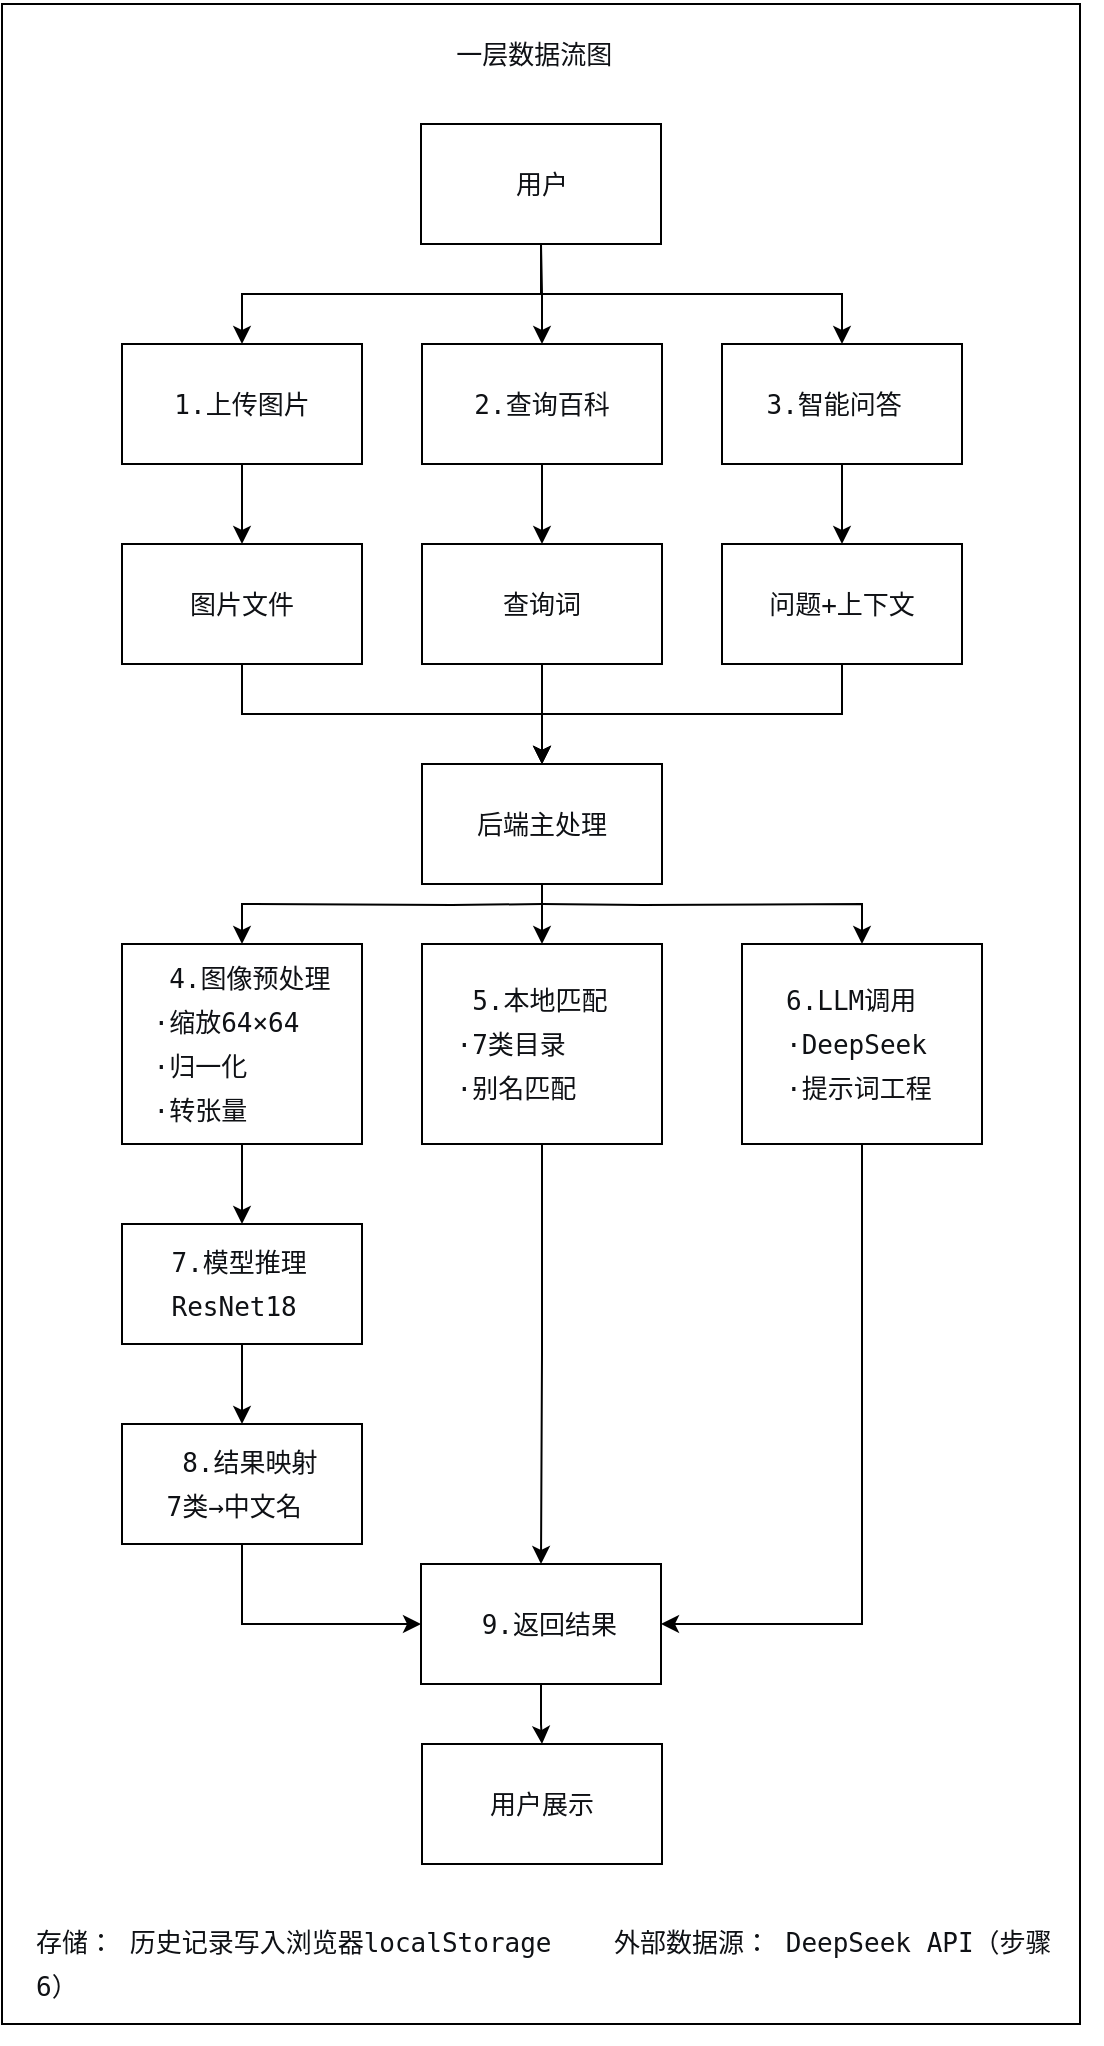
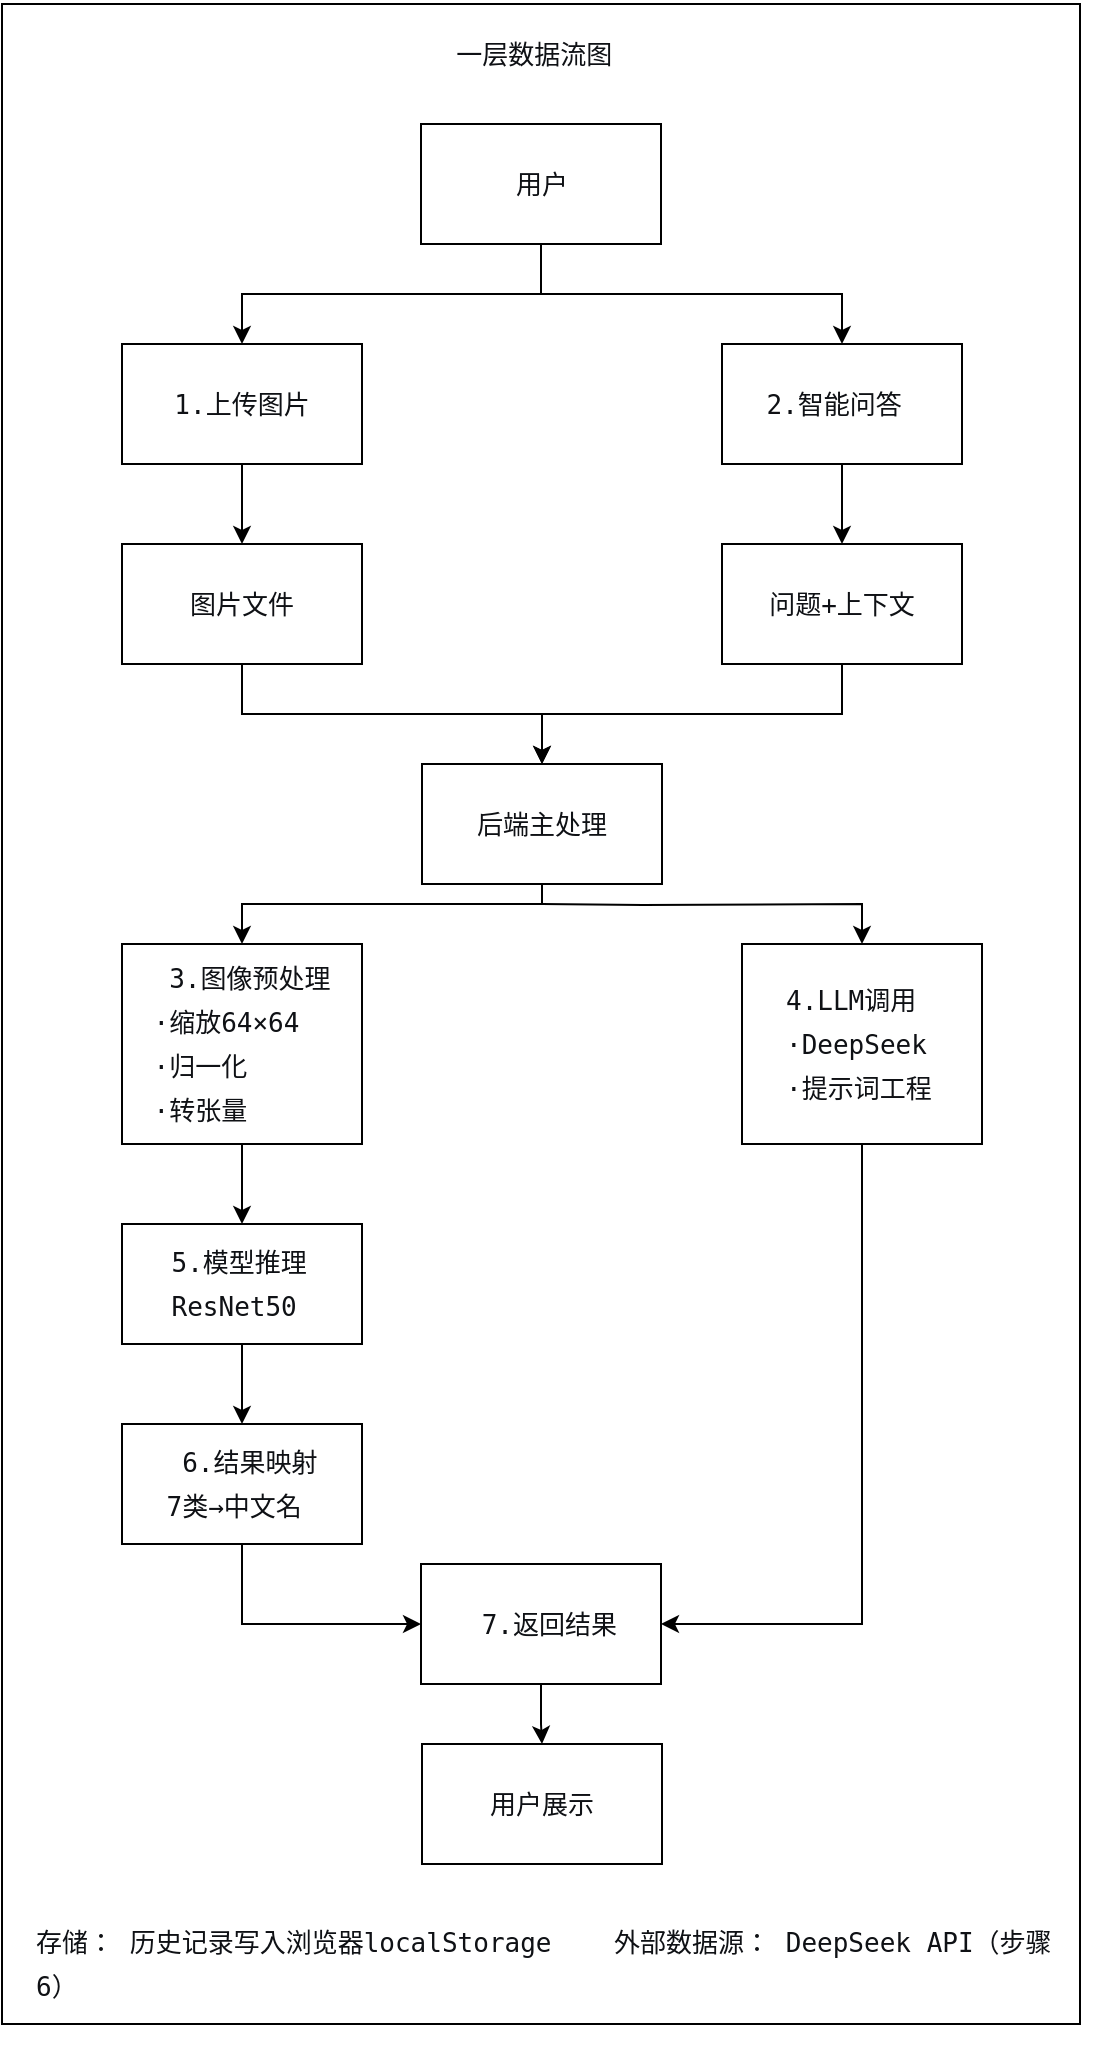
<mxfile host="app.diagrams.net">
  <diagram name="第 1 页" id="74Viiqgzim1HSxuO0kDr">
    <mxGraphModel dx="986" dy="700" grid="1" gridSize="10" guides="1" tooltips="1" connect="1" arrows="1" fold="1" page="1" pageScale="1" pageWidth="827" pageHeight="1169" math="0" shadow="0">
      <root>
        <mxCell id="0" />
        <mxCell id="1" parent="0" />
        <mxCell id="ZZ4Swrysp92GZM4aT2uV-1" parent="1" style="rounded=0;whiteSpace=wrap;html=1;" value="" vertex="1">
          <mxGeometry height="1010" width="539" x="150" y="40" as="geometry" />
        </mxCell>
        <mxCell id="ZZ4Swrysp92GZM4aT2uV-2" parent="1" style="text;html=1;whiteSpace=wrap;strokeColor=none;fillColor=none;align=center;verticalAlign=middle;rounded=0;" value="&lt;pre style=&quot;font-style: normal; font-variant: normal; font-size-adjust: none; font-language-override: normal; font-kerning: auto; font-optical-sizing: auto; font-feature-settings: normal; font-variation-settings: normal; font-stretch: normal; font-size: 13px; line-height: 22px; font-family: Menlo, Monaco, Consolas, &amp;quot;Cascadia Mono&amp;quot;, &amp;quot;Ubuntu Mono&amp;quot;, &amp;quot;DejaVu Sans Mono&amp;quot;, &amp;quot;Liberation Mono&amp;quot;, &amp;quot;JetBrains Mono&amp;quot;, &amp;quot;Fira Code&amp;quot;, Cousine, &amp;quot;Roboto Mono&amp;quot;, &amp;quot;Courier New&amp;quot;, Courier, sans-serif, system-ui; overflow: auto; white-space: pre-wrap; word-break: break-all; padding: 16px; color: rgb(15, 17, 21); text-align: start; margin: 0px !important;&quot;&gt;一层数据流图 &lt;/pre&gt;" vertex="1">
          <mxGeometry height="30" width="120" x="359.5" y="50" as="geometry" />
        </mxCell>
        <mxCell id="ZZ4Swrysp92GZM4aT2uV-3" parent="1" style="rounded=0;whiteSpace=wrap;html=1;" value="" vertex="1">
          <mxGeometry height="60" width="120" x="359.5" y="100" as="geometry" />
        </mxCell>
        <mxCell id="ZZ4Swrysp92GZM4aT2uV-4" parent="1" style="text;html=1;whiteSpace=wrap;strokeColor=none;fillColor=none;align=center;verticalAlign=middle;rounded=0;" value="&lt;pre style=&quot;font-style: normal; font-variant: normal; font-size-adjust: none; font-language-override: normal; font-kerning: auto; font-optical-sizing: auto; font-feature-settings: normal; font-variation-settings: normal; font-stretch: normal; font-size: 13px; line-height: 22px; font-family: Menlo, Monaco, Consolas, &amp;quot;Cascadia Mono&amp;quot;, &amp;quot;Ubuntu Mono&amp;quot;, &amp;quot;DejaVu Sans Mono&amp;quot;, &amp;quot;Liberation Mono&amp;quot;, &amp;quot;JetBrains Mono&amp;quot;, &amp;quot;Fira Code&amp;quot;, Cousine, &amp;quot;Roboto Mono&amp;quot;, &amp;quot;Courier New&amp;quot;, Courier, sans-serif, system-ui; overflow: auto; white-space: pre-wrap; word-break: break-all; padding: 16px; color: rgb(15, 17, 21); text-align: start; margin: 0px !important;&quot;&gt;用户&lt;/pre&gt;" vertex="1">
          <mxGeometry height="30" width="60" x="390" y="115" as="geometry" />
        </mxCell>
        <mxCell id="ZZ4Swrysp92GZM4aT2uV-14" edge="1" parent="1" source="ZZ4Swrysp92GZM4aT2uV-5" style="edgeStyle=orthogonalEdgeStyle;rounded=0;orthogonalLoop=1;jettySize=auto;html=1;exitX=0.5;exitY=0;exitDx=0;exitDy=0;startArrow=classic;startFill=1;endArrow=none;endFill=0;" target="ZZ4Swrysp92GZM4aT2uV-3" value="">
          <mxGeometry relative="1" as="geometry" />
        </mxCell>
        <mxCell id="ZZ4Swrysp92GZM4aT2uV-21" edge="1" parent="1" source="ZZ4Swrysp92GZM4aT2uV-5" style="edgeStyle=orthogonalEdgeStyle;rounded=0;orthogonalLoop=1;jettySize=auto;html=1;" target="ZZ4Swrysp92GZM4aT2uV-17" value="">
          <mxGeometry relative="1" as="geometry" />
        </mxCell>
        <mxCell id="ZZ4Swrysp92GZM4aT2uV-5" parent="1" style="rounded=0;whiteSpace=wrap;html=1;" value="" vertex="1">
          <mxGeometry height="60" width="120" x="210" y="210" as="geometry" />
        </mxCell>
        <mxCell id="ZZ4Swrysp92GZM4aT2uV-6" parent="1" style="text;html=1;whiteSpace=wrap;strokeColor=none;fillColor=none;align=center;verticalAlign=middle;rounded=0;" value="&lt;pre style=&quot;font-style: normal; font-variant: normal; font-size-adjust: none; font-language-override: normal; font-kerning: auto; font-optical-sizing: auto; font-feature-settings: normal; font-variation-settings: normal; font-stretch: normal; font-size: 13px; line-height: 22px; font-family: Menlo, Monaco, Consolas, &amp;quot;Cascadia Mono&amp;quot;, &amp;quot;Ubuntu Mono&amp;quot;, &amp;quot;DejaVu Sans Mono&amp;quot;, &amp;quot;Liberation Mono&amp;quot;, &amp;quot;JetBrains Mono&amp;quot;, &amp;quot;Fira Code&amp;quot;, Cousine, &amp;quot;Roboto Mono&amp;quot;, &amp;quot;Courier New&amp;quot;, Courier, sans-serif, system-ui; overflow: auto; white-space: pre-wrap; word-break: break-all; padding: 16px; color: rgb(15, 17, 21); text-align: start; margin: 0px !important;&quot;&gt;1.上传图片&lt;/pre&gt;" vertex="1">
          <mxGeometry height="30" width="110" x="215" y="225" as="geometry" />
        </mxCell>
-         <mxCell id="ZZ4Swrysp92GZM4aT2uV-13" edge="1" parent="1" source="ZZ4Swrysp92GZM4aT2uV-7" style="edgeStyle=orthogonalEdgeStyle;rounded=0;orthogonalLoop=1;jettySize=auto;html=1;endArrow=none;endFill=0;startArrow=classic;startFill=1;" target="ZZ4Swrysp92GZM4aT2uV-3" value="">
-           <mxGeometry relative="1" as="geometry" />
-         </mxCell>
-         <mxCell id="ZZ4Swrysp92GZM4aT2uV-22" edge="1" parent="1" source="ZZ4Swrysp92GZM4aT2uV-7" style="edgeStyle=orthogonalEdgeStyle;rounded=0;orthogonalLoop=1;jettySize=auto;html=1;" target="ZZ4Swrysp92GZM4aT2uV-18" value="">
-           <mxGeometry relative="1" as="geometry" />
-         </mxCell>
-         <mxCell id="ZZ4Swrysp92GZM4aT2uV-7" parent="1" style="rounded=0;whiteSpace=wrap;html=1;" value="" vertex="1">
-           <mxGeometry height="60" width="120" x="360" y="210" as="geometry" />
-         </mxCell>
        <mxCell id="ZZ4Swrysp92GZM4aT2uV-23" edge="1" parent="1" source="ZZ4Swrysp92GZM4aT2uV-8" style="edgeStyle=orthogonalEdgeStyle;rounded=0;orthogonalLoop=1;jettySize=auto;html=1;" target="ZZ4Swrysp92GZM4aT2uV-19" value="">
          <mxGeometry relative="1" as="geometry" />
        </mxCell>
        <mxCell id="ZZ4Swrysp92GZM4aT2uV-8" parent="1" style="rounded=0;whiteSpace=wrap;html=1;" value="" vertex="1">
          <mxGeometry height="60" width="120" x="510" y="210" as="geometry" />
        </mxCell>
-         <mxCell id="ZZ4Swrysp92GZM4aT2uV-9" parent="1" style="text;html=1;whiteSpace=wrap;strokeColor=none;fillColor=none;align=center;verticalAlign=middle;rounded=0;" value="&lt;pre style=&quot;font-style: normal; font-variant: normal; font-size-adjust: none; font-language-override: normal; font-kerning: auto; font-optical-sizing: auto; font-feature-settings: normal; font-variation-settings: normal; font-stretch: normal; font-size: 13px; line-height: 22px; font-family: Menlo, Monaco, Consolas, &amp;quot;Cascadia Mono&amp;quot;, &amp;quot;Ubuntu Mono&amp;quot;, &amp;quot;DejaVu Sans Mono&amp;quot;, &amp;quot;Liberation Mono&amp;quot;, &amp;quot;JetBrains Mono&amp;quot;, &amp;quot;Fira Code&amp;quot;, Cousine, &amp;quot;Roboto Mono&amp;quot;, &amp;quot;Courier New&amp;quot;, Courier, sans-serif, system-ui; overflow: auto; white-space: pre-wrap; word-break: break-all; padding: 16px; color: rgb(15, 17, 21); text-align: start; margin: 0px !important;&quot;&gt;2.查询百科&lt;/pre&gt;" vertex="1">
-           <mxGeometry height="30" width="110" x="365" y="225" as="geometry" />
-         </mxCell>
        <mxCell id="ZZ4Swrysp92GZM4aT2uV-15" edge="1" parent="1" source="ZZ4Swrysp92GZM4aT2uV-8" style="edgeStyle=orthogonalEdgeStyle;rounded=0;orthogonalLoop=1;jettySize=auto;html=1;exitX=0.5;exitY=0;exitDx=0;exitDy=0;endArrow=none;endFill=0;startArrow=classic;startFill=1;" target="ZZ4Swrysp92GZM4aT2uV-3" value="">
          <mxGeometry relative="1" as="geometry" />
        </mxCell>
-         <mxCell id="ZZ4Swrysp92GZM4aT2uV-10" parent="1" style="text;html=1;whiteSpace=wrap;strokeColor=none;fillColor=none;align=center;verticalAlign=middle;rounded=0;" value="&lt;pre style=&quot;font-style: normal; font-variant: normal; font-size-adjust: none; font-language-override: normal; font-kerning: auto; font-optical-sizing: auto; font-feature-settings: normal; font-variation-settings: normal; font-stretch: normal; font-size: 13px; line-height: 22px; font-family: Menlo, Monaco, Consolas, &amp;quot;Cascadia Mono&amp;quot;, &amp;quot;Ubuntu Mono&amp;quot;, &amp;quot;DejaVu Sans Mono&amp;quot;, &amp;quot;Liberation Mono&amp;quot;, &amp;quot;JetBrains Mono&amp;quot;, &amp;quot;Fira Code&amp;quot;, Cousine, &amp;quot;Roboto Mono&amp;quot;, &amp;quot;Courier New&amp;quot;, Courier, sans-serif, system-ui; overflow: auto; white-space: pre-wrap; word-break: break-all; padding: 16px; color: rgb(15, 17, 21); text-align: start; margin: 0px !important;&quot;&gt;3.智能问答 &lt;/pre&gt;" vertex="1">
+         <mxCell id="ZZ4Swrysp92GZM4aT2uV-10" parent="1" style="text;html=1;whiteSpace=wrap;strokeColor=none;fillColor=none;align=center;verticalAlign=middle;rounded=0;" value="&lt;pre style=&quot;font-style: normal; font-variant: normal; font-size-adjust: none; font-language-override: normal; font-kerning: auto; font-optical-sizing: auto; font-feature-settings: normal; font-variation-settings: normal; font-stretch: normal; font-size: 13px; line-height: 22px; font-family: Menlo, Monaco, Consolas, &amp;quot;Cascadia Mono&amp;quot;, &amp;quot;Ubuntu Mono&amp;quot;, &amp;quot;DejaVu Sans Mono&amp;quot;, &amp;quot;Liberation Mono&amp;quot;, &amp;quot;JetBrains Mono&amp;quot;, &amp;quot;Fira Code&amp;quot;, Cousine, &amp;quot;Roboto Mono&amp;quot;, &amp;quot;Courier New&amp;quot;, Courier, sans-serif, system-ui; overflow: auto; white-space: pre-wrap; word-break: break-all; padding: 16px; color: rgb(15, 17, 21); text-align: start; margin: 0px !important;&quot;&gt;2.智能问答 &lt;/pre&gt;" vertex="1">
          <mxGeometry height="30" width="120" x="510" y="225" as="geometry" />
        </mxCell>
        <mxCell id="ZZ4Swrysp92GZM4aT2uV-33" edge="1" parent="1" source="ZZ4Swrysp92GZM4aT2uV-17" style="edgeStyle=orthogonalEdgeStyle;rounded=0;orthogonalLoop=1;jettySize=auto;html=1;exitX=0.5;exitY=1;exitDx=0;exitDy=0;" target="ZZ4Swrysp92GZM4aT2uV-27" value="">
          <mxGeometry relative="1" as="geometry" />
        </mxCell>
        <mxCell id="ZZ4Swrysp92GZM4aT2uV-17" parent="1" style="rounded=0;whiteSpace=wrap;html=1;" value="" vertex="1">
          <mxGeometry height="60" width="120" x="210" y="310" as="geometry" />
-         </mxCell>
-         <mxCell id="ZZ4Swrysp92GZM4aT2uV-31" edge="1" parent="1" source="ZZ4Swrysp92GZM4aT2uV-18" style="edgeStyle=orthogonalEdgeStyle;rounded=0;orthogonalLoop=1;jettySize=auto;html=1;" target="ZZ4Swrysp92GZM4aT2uV-27" value="">
-           <mxGeometry relative="1" as="geometry" />
-         </mxCell>
-         <mxCell id="ZZ4Swrysp92GZM4aT2uV-18" parent="1" style="rounded=0;whiteSpace=wrap;html=1;" value="" vertex="1">
-           <mxGeometry height="60" width="120" x="360" y="310" as="geometry" />
        </mxCell>
        <mxCell id="ZZ4Swrysp92GZM4aT2uV-34" edge="1" parent="1" source="ZZ4Swrysp92GZM4aT2uV-19" style="edgeStyle=orthogonalEdgeStyle;rounded=0;orthogonalLoop=1;jettySize=auto;html=1;exitX=0.5;exitY=1;exitDx=0;exitDy=0;" target="ZZ4Swrysp92GZM4aT2uV-27" value="">
          <mxGeometry relative="1" as="geometry" />
        </mxCell>
        <mxCell id="ZZ4Swrysp92GZM4aT2uV-19" parent="1" style="rounded=0;whiteSpace=wrap;html=1;" value="" vertex="1">
          <mxGeometry height="60" width="120" x="510" y="310" as="geometry" />
        </mxCell>
        <mxCell id="ZZ4Swrysp92GZM4aT2uV-24" parent="1" style="text;html=1;whiteSpace=wrap;strokeColor=none;fillColor=none;align=center;verticalAlign=middle;rounded=0;" value="&lt;pre style=&quot;font-style: normal; font-variant: normal; font-size-adjust: none; font-language-override: normal; font-kerning: auto; font-optical-sizing: auto; font-feature-settings: normal; font-variation-settings: normal; font-stretch: normal; font-size: 13px; line-height: 22px; font-family: Menlo, Monaco, Consolas, &amp;quot;Cascadia Mono&amp;quot;, &amp;quot;Ubuntu Mono&amp;quot;, &amp;quot;DejaVu Sans Mono&amp;quot;, &amp;quot;Liberation Mono&amp;quot;, &amp;quot;JetBrains Mono&amp;quot;, &amp;quot;Fira Code&amp;quot;, Cousine, &amp;quot;Roboto Mono&amp;quot;, &amp;quot;Courier New&amp;quot;, Courier, sans-serif, system-ui; overflow: auto; white-space: pre-wrap; word-break: break-all; padding: 16px; color: rgb(15, 17, 21); text-align: start; margin: 0px !important;&quot;&gt;图片文件&lt;/pre&gt;" vertex="1">
          <mxGeometry height="30" width="100" x="220" y="325" as="geometry" />
        </mxCell>
-         <mxCell id="ZZ4Swrysp92GZM4aT2uV-25" parent="1" style="text;html=1;whiteSpace=wrap;strokeColor=none;fillColor=none;align=center;verticalAlign=middle;rounded=0;" value="&lt;pre style=&quot;font-style: normal; font-variant: normal; font-size-adjust: none; font-language-override: normal; font-kerning: auto; font-optical-sizing: auto; font-feature-settings: normal; font-variation-settings: normal; font-stretch: normal; font-size: 13px; line-height: 22px; font-family: Menlo, Monaco, Consolas, &amp;quot;Cascadia Mono&amp;quot;, &amp;quot;Ubuntu Mono&amp;quot;, &amp;quot;DejaVu Sans Mono&amp;quot;, &amp;quot;Liberation Mono&amp;quot;, &amp;quot;JetBrains Mono&amp;quot;, &amp;quot;Fira Code&amp;quot;, Cousine, &amp;quot;Roboto Mono&amp;quot;, &amp;quot;Courier New&amp;quot;, Courier, sans-serif, system-ui; overflow: auto; white-space: pre-wrap; word-break: break-all; padding: 16px; color: rgb(15, 17, 21); text-align: start; margin: 0px !important;&quot;&gt;查询词&lt;/pre&gt;" vertex="1">
-           <mxGeometry height="30" width="80" x="379.5" y="325" as="geometry" />
-         </mxCell>
        <mxCell id="ZZ4Swrysp92GZM4aT2uV-26" parent="1" style="text;html=1;whiteSpace=wrap;strokeColor=none;fillColor=none;align=center;verticalAlign=middle;rounded=0;" value="&lt;pre style=&quot;font-style: normal; font-variant: normal; font-size-adjust: none; font-language-override: normal; font-kerning: auto; font-optical-sizing: auto; font-feature-settings: normal; font-variation-settings: normal; font-stretch: normal; font-size: 13px; line-height: 22px; font-family: Menlo, Monaco, Consolas, &amp;quot;Cascadia Mono&amp;quot;, &amp;quot;Ubuntu Mono&amp;quot;, &amp;quot;DejaVu Sans Mono&amp;quot;, &amp;quot;Liberation Mono&amp;quot;, &amp;quot;JetBrains Mono&amp;quot;, &amp;quot;Fira Code&amp;quot;, Cousine, &amp;quot;Roboto Mono&amp;quot;, &amp;quot;Courier New&amp;quot;, Courier, sans-serif, system-ui; overflow: auto; white-space: pre-wrap; word-break: break-all; padding: 16px; color: rgb(15, 17, 21); text-align: start; margin: 0px !important;&quot;&gt;问题+上下文&lt;/pre&gt;" vertex="1">
          <mxGeometry height="30" width="130" x="505" y="325" as="geometry" />
        </mxCell>
-         <mxCell id="ZZ4Swrysp92GZM4aT2uV-51" edge="1" parent="1" source="ZZ4Swrysp92GZM4aT2uV-27" style="edgeStyle=orthogonalEdgeStyle;rounded=0;orthogonalLoop=1;jettySize=auto;html=1;" target="ZZ4Swrysp92GZM4aT2uV-39" value="">
-           <mxGeometry relative="1" as="geometry" />
-         </mxCell>
-         <mxCell id="ZZ4Swrysp92GZM4aT2uV-53" edge="1" parent="1" style="edgeStyle=orthogonalEdgeStyle;rounded=0;orthogonalLoop=1;jettySize=auto;html=1;" target="ZZ4Swrysp92GZM4aT2uV-38" value="">
+         <mxCell id="ZZ4Swrysp92GZM4aT2uV-53" edge="1" parent="1" source="ZZ4Swrysp92GZM4aT2uV-27" style="edgeStyle=orthogonalEdgeStyle;rounded=0;orthogonalLoop=1;jettySize=auto;html=1;exitX=0.5;exitY=1;exitDx=0;exitDy=0;" target="ZZ4Swrysp92GZM4aT2uV-38" value="">
          <mxGeometry relative="1" as="geometry">
+             <Array as="points">
+               <mxPoint x="420" y="490" />
+               <mxPoint x="270" y="490" />
+             </Array>
            <mxPoint x="420" y="490" as="sourcePoint" />
          </mxGeometry>
        </mxCell>
        <mxCell id="ZZ4Swrysp92GZM4aT2uV-54" edge="1" parent="1" style="edgeStyle=orthogonalEdgeStyle;rounded=0;orthogonalLoop=1;jettySize=auto;html=1;" target="ZZ4Swrysp92GZM4aT2uV-40" value="">
          <mxGeometry relative="1" as="geometry">
            <mxPoint x="420" y="490" as="sourcePoint" />
          </mxGeometry>
        </mxCell>
        <mxCell id="ZZ4Swrysp92GZM4aT2uV-27" parent="1" style="rounded=0;whiteSpace=wrap;html=1;" value="" vertex="1">
          <mxGeometry height="60" width="120" x="360" y="420" as="geometry" />
        </mxCell>
        <mxCell id="ZZ4Swrysp92GZM4aT2uV-28" parent="1" style="text;html=1;whiteSpace=wrap;strokeColor=none;fillColor=none;align=center;verticalAlign=middle;rounded=0;" value="&lt;pre style=&quot;font-style: normal; font-variant: normal; font-size-adjust: none; font-language-override: normal; font-kerning: auto; font-optical-sizing: auto; font-feature-settings: normal; font-variation-settings: normal; font-stretch: normal; font-size: 13px; line-height: 22px; font-family: Menlo, Monaco, Consolas, &amp;quot;Cascadia Mono&amp;quot;, &amp;quot;Ubuntu Mono&amp;quot;, &amp;quot;DejaVu Sans Mono&amp;quot;, &amp;quot;Liberation Mono&amp;quot;, &amp;quot;JetBrains Mono&amp;quot;, &amp;quot;Fira Code&amp;quot;, Cousine, &amp;quot;Roboto Mono&amp;quot;, &amp;quot;Courier New&amp;quot;, Courier, sans-serif, system-ui; overflow: auto; white-space: pre-wrap; word-break: break-all; padding: 16px; color: rgb(15, 17, 21); text-align: start; margin: 0px !important;&quot;&gt;后端主处理&lt;/pre&gt;" vertex="1">
          <mxGeometry height="30" width="100" x="369.5" y="435" as="geometry" />
        </mxCell>
        <mxCell id="ZZ4Swrysp92GZM4aT2uV-45" edge="1" parent="1" source="ZZ4Swrysp92GZM4aT2uV-38" style="edgeStyle=orthogonalEdgeStyle;rounded=0;orthogonalLoop=1;jettySize=auto;html=1;" target="ZZ4Swrysp92GZM4aT2uV-41" value="">
          <mxGeometry relative="1" as="geometry" />
        </mxCell>
        <mxCell id="ZZ4Swrysp92GZM4aT2uV-38" parent="1" style="rounded=0;whiteSpace=wrap;html=1;" value="" vertex="1">
          <mxGeometry height="100" width="120" x="210" y="510" as="geometry" />
-         </mxCell>
-         <mxCell id="ZZ4Swrysp92GZM4aT2uV-49" edge="1" parent="1" source="ZZ4Swrysp92GZM4aT2uV-39" style="edgeStyle=orthogonalEdgeStyle;rounded=0;orthogonalLoop=1;jettySize=auto;html=1;" target="ZZ4Swrysp92GZM4aT2uV-43" value="">
-           <mxGeometry relative="1" as="geometry" />
-         </mxCell>
-         <mxCell id="ZZ4Swrysp92GZM4aT2uV-39" parent="1" style="rounded=0;whiteSpace=wrap;html=1;" value="" vertex="1">
-           <mxGeometry height="100" width="120" x="360" y="510" as="geometry" />
        </mxCell>
        <mxCell id="ZZ4Swrysp92GZM4aT2uV-50" edge="1" parent="1" source="ZZ4Swrysp92GZM4aT2uV-40" style="edgeStyle=orthogonalEdgeStyle;rounded=0;orthogonalLoop=1;jettySize=auto;html=1;exitX=0.5;exitY=1;exitDx=0;exitDy=0;entryX=1;entryY=0.5;entryDx=0;entryDy=0;" target="ZZ4Swrysp92GZM4aT2uV-43" value="">
          <mxGeometry relative="1" as="geometry" />
        </mxCell>
        <mxCell id="ZZ4Swrysp92GZM4aT2uV-40" parent="1" style="rounded=0;whiteSpace=wrap;html=1;" value="" vertex="1">
          <mxGeometry height="100" width="120" x="520" y="510" as="geometry" />
        </mxCell>
        <mxCell id="ZZ4Swrysp92GZM4aT2uV-46" edge="1" parent="1" source="ZZ4Swrysp92GZM4aT2uV-41" style="edgeStyle=orthogonalEdgeStyle;rounded=0;orthogonalLoop=1;jettySize=auto;html=1;" target="ZZ4Swrysp92GZM4aT2uV-42" value="">
          <mxGeometry relative="1" as="geometry" />
        </mxCell>
        <mxCell id="ZZ4Swrysp92GZM4aT2uV-41" parent="1" style="rounded=0;whiteSpace=wrap;html=1;" value="" vertex="1">
          <mxGeometry height="60" width="120" x="210" y="650" as="geometry" />
        </mxCell>
        <mxCell id="ZZ4Swrysp92GZM4aT2uV-47" edge="1" parent="1" source="ZZ4Swrysp92GZM4aT2uV-42" style="edgeStyle=orthogonalEdgeStyle;rounded=0;orthogonalLoop=1;jettySize=auto;html=1;exitX=0.5;exitY=1;exitDx=0;exitDy=0;entryX=0;entryY=0.5;entryDx=0;entryDy=0;" target="ZZ4Swrysp92GZM4aT2uV-43" value="">
          <mxGeometry relative="1" as="geometry" />
        </mxCell>
        <mxCell id="ZZ4Swrysp92GZM4aT2uV-42" parent="1" style="rounded=0;whiteSpace=wrap;html=1;" value="" vertex="1">
          <mxGeometry height="60" width="120" x="210" y="750" as="geometry" />
        </mxCell>
        <mxCell id="ZZ4Swrysp92GZM4aT2uV-48" edge="1" parent="1" source="ZZ4Swrysp92GZM4aT2uV-43" style="edgeStyle=orthogonalEdgeStyle;rounded=0;orthogonalLoop=1;jettySize=auto;html=1;" target="ZZ4Swrysp92GZM4aT2uV-44" value="">
          <mxGeometry relative="1" as="geometry" />
        </mxCell>
        <mxCell id="ZZ4Swrysp92GZM4aT2uV-43" parent="1" style="rounded=0;whiteSpace=wrap;html=1;" value="" vertex="1">
          <mxGeometry height="60" width="120" x="359.5" y="820" as="geometry" />
        </mxCell>
        <mxCell id="ZZ4Swrysp92GZM4aT2uV-44" parent="1" style="rounded=0;whiteSpace=wrap;html=1;" value="" vertex="1">
          <mxGeometry height="60" width="120" x="360" y="910" as="geometry" />
        </mxCell>
-         <mxCell id="ZZ4Swrysp92GZM4aT2uV-55" parent="1" style="text;html=1;whiteSpace=wrap;strokeColor=none;fillColor=none;align=center;verticalAlign=middle;rounded=0;" value="&lt;pre style=&quot;font-style: normal; font-variant: normal; font-size-adjust: none; font-language-override: normal; font-kerning: auto; font-optical-sizing: auto; font-feature-settings: normal; font-variation-settings: normal; font-stretch: normal; font-size: 13px; line-height: 22px; font-family: Menlo, Monaco, Consolas, &amp;quot;Cascadia Mono&amp;quot;, &amp;quot;Ubuntu Mono&amp;quot;, &amp;quot;DejaVu Sans Mono&amp;quot;, &amp;quot;Liberation Mono&amp;quot;, &amp;quot;JetBrains Mono&amp;quot;, &amp;quot;Fira Code&amp;quot;, Cousine, &amp;quot;Roboto Mono&amp;quot;, &amp;quot;Courier New&amp;quot;, Courier, sans-serif, system-ui; overflow: auto; white-space: pre-wrap; word-break: break-all; padding: 16px; color: rgb(15, 17, 21); text-align: start; margin: 0px !important;&quot;&gt; 4.图像预处理&lt;br&gt;·缩放64×64&lt;br&gt;·归一化&lt;br&gt;·转张量&lt;/pre&gt;" vertex="1">
+         <mxCell id="ZZ4Swrysp92GZM4aT2uV-55" parent="1" style="text;html=1;whiteSpace=wrap;strokeColor=none;fillColor=none;align=center;verticalAlign=middle;rounded=0;" value="&lt;pre style=&quot;font-style: normal; font-variant: normal; font-size-adjust: none; font-language-override: normal; font-kerning: auto; font-optical-sizing: auto; font-feature-settings: normal; font-variation-settings: normal; font-stretch: normal; font-size: 13px; line-height: 22px; font-family: Menlo, Monaco, Consolas, &amp;quot;Cascadia Mono&amp;quot;, &amp;quot;Ubuntu Mono&amp;quot;, &amp;quot;DejaVu Sans Mono&amp;quot;, &amp;quot;Liberation Mono&amp;quot;, &amp;quot;JetBrains Mono&amp;quot;, &amp;quot;Fira Code&amp;quot;, Cousine, &amp;quot;Roboto Mono&amp;quot;, &amp;quot;Courier New&amp;quot;, Courier, sans-serif, system-ui; overflow: auto; white-space: pre-wrap; word-break: break-all; padding: 16px; color: rgb(15, 17, 21); text-align: start; margin: 0px !important;&quot;&gt; 3.图像预处理&lt;br&gt;·缩放64×64&lt;br&gt;·归一化&lt;br&gt;·转张量&lt;/pre&gt;" vertex="1">
          <mxGeometry height="90" width="130" x="205" y="515" as="geometry" />
        </mxCell>
-         <mxCell id="ZZ4Swrysp92GZM4aT2uV-57" parent="1" style="text;html=1;whiteSpace=wrap;strokeColor=none;fillColor=none;align=center;verticalAlign=middle;rounded=0;" value="&lt;pre style=&quot;font-style: normal; font-variant: normal; font-size-adjust: none; font-language-override: normal; font-kerning: auto; font-optical-sizing: auto; font-feature-settings: normal; font-variation-settings: normal; font-stretch: normal; font-size: 13px; line-height: 22px; font-family: Menlo, Monaco, Consolas, &amp;quot;Cascadia Mono&amp;quot;, &amp;quot;Ubuntu Mono&amp;quot;, &amp;quot;DejaVu Sans Mono&amp;quot;, &amp;quot;Liberation Mono&amp;quot;, &amp;quot;JetBrains Mono&amp;quot;, &amp;quot;Fira Code&amp;quot;, Cousine, &amp;quot;Roboto Mono&amp;quot;, &amp;quot;Courier New&amp;quot;, Courier, sans-serif, system-ui; overflow: auto; white-space: pre-wrap; word-break: break-all; padding: 16px; color: rgb(15, 17, 21); text-align: start; margin: 0px !important;&quot;&gt; 5.本地匹配&lt;br&gt;·7类目录&lt;br&gt;·别名匹配&lt;/pre&gt;" vertex="1">
-           <mxGeometry height="70" width="110" x="360" y="525" as="geometry" />
-         </mxCell>
-         <mxCell id="ZZ4Swrysp92GZM4aT2uV-58" parent="1" style="text;html=1;whiteSpace=wrap;strokeColor=none;fillColor=none;align=center;verticalAlign=middle;rounded=0;" value="&lt;pre style=&quot;font-style: normal; font-variant: normal; font-size-adjust: none; font-language-override: normal; font-kerning: auto; font-optical-sizing: auto; font-feature-settings: normal; font-variation-settings: normal; font-stretch: normal; font-size: 13px; line-height: 22px; font-family: Menlo, Monaco, Consolas, &amp;quot;Cascadia Mono&amp;quot;, &amp;quot;Ubuntu Mono&amp;quot;, &amp;quot;DejaVu Sans Mono&amp;quot;, &amp;quot;Liberation Mono&amp;quot;, &amp;quot;JetBrains Mono&amp;quot;, &amp;quot;Fira Code&amp;quot;, Cousine, &amp;quot;Roboto Mono&amp;quot;, &amp;quot;Courier New&amp;quot;, Courier, sans-serif, system-ui; overflow: auto; white-space: pre-wrap; word-break: break-all; padding: 16px; color: rgb(15, 17, 21); text-align: start; margin: 0px !important;&quot;&gt;6.LLM调用&lt;br&gt;·DeepSeek&lt;br&gt;·提示词工程 &lt;/pre&gt;" vertex="1">
+         <mxCell id="ZZ4Swrysp92GZM4aT2uV-58" parent="1" style="text;html=1;whiteSpace=wrap;strokeColor=none;fillColor=none;align=center;verticalAlign=middle;rounded=0;" value="&lt;pre style=&quot;font-style: normal; font-variant: normal; font-size-adjust: none; font-language-override: normal; font-kerning: auto; font-optical-sizing: auto; font-feature-settings: normal; font-variation-settings: normal; font-stretch: normal; font-size: 13px; line-height: 22px; font-family: Menlo, Monaco, Consolas, &amp;quot;Cascadia Mono&amp;quot;, &amp;quot;Ubuntu Mono&amp;quot;, &amp;quot;DejaVu Sans Mono&amp;quot;, &amp;quot;Liberation Mono&amp;quot;, &amp;quot;JetBrains Mono&amp;quot;, &amp;quot;Fira Code&amp;quot;, Cousine, &amp;quot;Roboto Mono&amp;quot;, &amp;quot;Courier New&amp;quot;, Courier, sans-serif, system-ui; overflow: auto; white-space: pre-wrap; word-break: break-all; padding: 16px; color: rgb(15, 17, 21); text-align: start; margin: 0px !important;&quot;&gt;4.LLM调用&lt;br&gt;·DeepSeek&lt;br&gt;·提示词工程 &lt;/pre&gt;" vertex="1">
          <mxGeometry height="80" width="110" x="525" y="520" as="geometry" />
        </mxCell>
-         <mxCell id="ZZ4Swrysp92GZM4aT2uV-59" parent="1" style="text;html=1;whiteSpace=wrap;strokeColor=none;fillColor=none;align=center;verticalAlign=middle;rounded=0;" value="&lt;pre style=&quot;font-style: normal; font-variant: normal; font-size-adjust: none; font-language-override: normal; font-kerning: auto; font-optical-sizing: auto; font-feature-settings: normal; font-variation-settings: normal; font-stretch: normal; font-size: 13px; line-height: 22px; font-family: Menlo, Monaco, Consolas, &amp;quot;Cascadia Mono&amp;quot;, &amp;quot;Ubuntu Mono&amp;quot;, &amp;quot;DejaVu Sans Mono&amp;quot;, &amp;quot;Liberation Mono&amp;quot;, &amp;quot;JetBrains Mono&amp;quot;, &amp;quot;Fira Code&amp;quot;, Cousine, &amp;quot;Roboto Mono&amp;quot;, &amp;quot;Courier New&amp;quot;, Courier, sans-serif, system-ui; overflow: auto; white-space: pre-wrap; word-break: break-all; padding: 16px; color: rgb(15, 17, 21); text-align: start; margin: 0px !important;&quot;&gt;7.模型推理&lt;br&gt;ResNet18 &lt;/pre&gt;" vertex="1">
+         <mxCell id="ZZ4Swrysp92GZM4aT2uV-59" parent="1" style="text;html=1;whiteSpace=wrap;strokeColor=none;fillColor=none;align=center;verticalAlign=middle;rounded=0;" value="&lt;pre style=&quot;font-style: normal; font-variant: normal; font-size-adjust: none; font-language-override: normal; font-kerning: auto; font-optical-sizing: auto; font-feature-settings: normal; font-variation-settings: normal; font-stretch: normal; font-size: 13px; line-height: 22px; font-family: Menlo, Monaco, Consolas, &amp;quot;Cascadia Mono&amp;quot;, &amp;quot;Ubuntu Mono&amp;quot;, &amp;quot;DejaVu Sans Mono&amp;quot;, &amp;quot;Liberation Mono&amp;quot;, &amp;quot;JetBrains Mono&amp;quot;, &amp;quot;Fira Code&amp;quot;, Cousine, &amp;quot;Roboto Mono&amp;quot;, &amp;quot;Courier New&amp;quot;, Courier, sans-serif, system-ui; overflow: auto; white-space: pre-wrap; word-break: break-all; padding: 16px; color: rgb(15, 17, 21); text-align: start; margin: 0px !important;&quot;&gt;5.模型推理&lt;br&gt;ResNet50 &lt;/pre&gt;" vertex="1">
          <mxGeometry height="40" width="110" x="215" y="660" as="geometry" />
        </mxCell>
-         <mxCell id="ZZ4Swrysp92GZM4aT2uV-60" parent="1" style="text;html=1;whiteSpace=wrap;strokeColor=none;fillColor=none;align=center;verticalAlign=middle;rounded=0;" value="&lt;pre style=&quot;font-style: normal; font-variant: normal; font-size-adjust: none; font-language-override: normal; font-kerning: auto; font-optical-sizing: auto; font-feature-settings: normal; font-variation-settings: normal; font-stretch: normal; font-size: 13px; line-height: 22px; font-family: Menlo, Monaco, Consolas, &amp;quot;Cascadia Mono&amp;quot;, &amp;quot;Ubuntu Mono&amp;quot;, &amp;quot;DejaVu Sans Mono&amp;quot;, &amp;quot;Liberation Mono&amp;quot;, &amp;quot;JetBrains Mono&amp;quot;, &amp;quot;Fira Code&amp;quot;, Cousine, &amp;quot;Roboto Mono&amp;quot;, &amp;quot;Courier New&amp;quot;, Courier, sans-serif, system-ui; overflow: auto; white-space: pre-wrap; word-break: break-all; padding: 16px; color: rgb(15, 17, 21); text-align: start; margin: 0px !important;&quot;&gt; 8.结果映射&lt;br&gt;7类→中文名&lt;/pre&gt;" vertex="1">
+         <mxCell id="ZZ4Swrysp92GZM4aT2uV-60" parent="1" style="text;html=1;whiteSpace=wrap;strokeColor=none;fillColor=none;align=center;verticalAlign=middle;rounded=0;" value="&lt;pre style=&quot;font-style: normal; font-variant: normal; font-size-adjust: none; font-language-override: normal; font-kerning: auto; font-optical-sizing: auto; font-feature-settings: normal; font-variation-settings: normal; font-stretch: normal; font-size: 13px; line-height: 22px; font-family: Menlo, Monaco, Consolas, &amp;quot;Cascadia Mono&amp;quot;, &amp;quot;Ubuntu Mono&amp;quot;, &amp;quot;DejaVu Sans Mono&amp;quot;, &amp;quot;Liberation Mono&amp;quot;, &amp;quot;JetBrains Mono&amp;quot;, &amp;quot;Fira Code&amp;quot;, Cousine, &amp;quot;Roboto Mono&amp;quot;, &amp;quot;Courier New&amp;quot;, Courier, sans-serif, system-ui; overflow: auto; white-space: pre-wrap; word-break: break-all; padding: 16px; color: rgb(15, 17, 21); text-align: start; margin: 0px !important;&quot;&gt; 6.结果映射&lt;br&gt;7类→中文名&lt;/pre&gt;" vertex="1">
          <mxGeometry height="50" width="120" x="210" y="755" as="geometry" />
        </mxCell>
-         <mxCell id="ZZ4Swrysp92GZM4aT2uV-61" parent="1" style="text;html=1;whiteSpace=wrap;strokeColor=none;fillColor=none;align=center;verticalAlign=middle;rounded=0;" value="&lt;pre style=&quot;font-style: normal; font-variant: normal; font-size-adjust: none; font-language-override: normal; font-kerning: auto; font-optical-sizing: auto; font-feature-settings: normal; font-variation-settings: normal; font-stretch: normal; font-size: 13px; line-height: 22px; font-family: Menlo, Monaco, Consolas, &amp;quot;Cascadia Mono&amp;quot;, &amp;quot;Ubuntu Mono&amp;quot;, &amp;quot;DejaVu Sans Mono&amp;quot;, &amp;quot;Liberation Mono&amp;quot;, &amp;quot;JetBrains Mono&amp;quot;, &amp;quot;Fira Code&amp;quot;, Cousine, &amp;quot;Roboto Mono&amp;quot;, &amp;quot;Courier New&amp;quot;, Courier, sans-serif, system-ui; overflow: auto; white-space: pre-wrap; word-break: break-all; padding: 16px; color: rgb(15, 17, 21); text-align: start; margin: 0px !important;&quot;&gt; 9.返回结果 &lt;/pre&gt;" vertex="1">
+         <mxCell id="ZZ4Swrysp92GZM4aT2uV-61" parent="1" style="text;html=1;whiteSpace=wrap;strokeColor=none;fillColor=none;align=center;verticalAlign=middle;rounded=0;" value="&lt;pre style=&quot;font-style: normal; font-variant: normal; font-size-adjust: none; font-language-override: normal; font-kerning: auto; font-optical-sizing: auto; font-feature-settings: normal; font-variation-settings: normal; font-stretch: normal; font-size: 13px; line-height: 22px; font-family: Menlo, Monaco, Consolas, &amp;quot;Cascadia Mono&amp;quot;, &amp;quot;Ubuntu Mono&amp;quot;, &amp;quot;DejaVu Sans Mono&amp;quot;, &amp;quot;Liberation Mono&amp;quot;, &amp;quot;JetBrains Mono&amp;quot;, &amp;quot;Fira Code&amp;quot;, Cousine, &amp;quot;Roboto Mono&amp;quot;, &amp;quot;Courier New&amp;quot;, Courier, sans-serif, system-ui; overflow: auto; white-space: pre-wrap; word-break: break-all; padding: 16px; color: rgb(15, 17, 21); text-align: start; margin: 0px !important;&quot;&gt; 7.返回结果 &lt;/pre&gt;" vertex="1">
          <mxGeometry height="30" width="110" x="365" y="835" as="geometry" />
        </mxCell>
        <mxCell id="ZZ4Swrysp92GZM4aT2uV-62" parent="1" style="text;html=1;whiteSpace=wrap;strokeColor=none;fillColor=none;align=center;verticalAlign=middle;rounded=0;" value="&lt;pre style=&quot;font-style: normal; font-variant: normal; font-size-adjust: none; font-language-override: normal; font-kerning: auto; font-optical-sizing: auto; font-feature-settings: normal; font-variation-settings: normal; font-stretch: normal; font-size: 13px; line-height: 22px; font-family: Menlo, Monaco, Consolas, &amp;quot;Cascadia Mono&amp;quot;, &amp;quot;Ubuntu Mono&amp;quot;, &amp;quot;DejaVu Sans Mono&amp;quot;, &amp;quot;Liberation Mono&amp;quot;, &amp;quot;JetBrains Mono&amp;quot;, &amp;quot;Fira Code&amp;quot;, Cousine, &amp;quot;Roboto Mono&amp;quot;, &amp;quot;Courier New&amp;quot;, Courier, sans-serif, system-ui; overflow: auto; white-space: pre-wrap; word-break: break-all; padding: 16px; color: rgb(15, 17, 21); text-align: start; margin: 0px !important;&quot;&gt;用户展示&lt;/pre&gt;" vertex="1">
          <mxGeometry height="30" width="90" x="374.5" y="925" as="geometry" />
        </mxCell>
        <mxCell id="ZZ4Swrysp92GZM4aT2uV-63" parent="1" style="text;html=1;whiteSpace=wrap;strokeColor=none;fillColor=none;align=center;verticalAlign=middle;rounded=0;" value="&lt;pre style=&quot;font-style: normal; font-variant: normal; font-size-adjust: none; font-language-override: normal; font-kerning: auto; font-optical-sizing: auto; font-feature-settings: normal; font-variation-settings: normal; font-stretch: normal; font-size: 13px; line-height: 22px; font-family: Menlo, Monaco, Consolas, &amp;quot;Cascadia Mono&amp;quot;, &amp;quot;Ubuntu Mono&amp;quot;, &amp;quot;DejaVu Sans Mono&amp;quot;, &amp;quot;Liberation Mono&amp;quot;, &amp;quot;JetBrains Mono&amp;quot;, &amp;quot;Fira Code&amp;quot;, Cousine, &amp;quot;Roboto Mono&amp;quot;, &amp;quot;Courier New&amp;quot;, Courier, sans-serif, system-ui; overflow: auto; white-space: pre-wrap; word-break: break-all; padding: 16px; color: rgb(15, 17, 21); text-align: start; margin: 0px !important;&quot;&gt;存储： 历史记录写入浏览器localStorage    外部数据源： DeepSeek API（步骤6）&lt;/pre&gt;" vertex="1">
          <mxGeometry height="80" width="550" x="150" y="980" as="geometry" />
        </mxCell>
      </root>
    </mxGraphModel>
  </diagram>
</mxfile>
